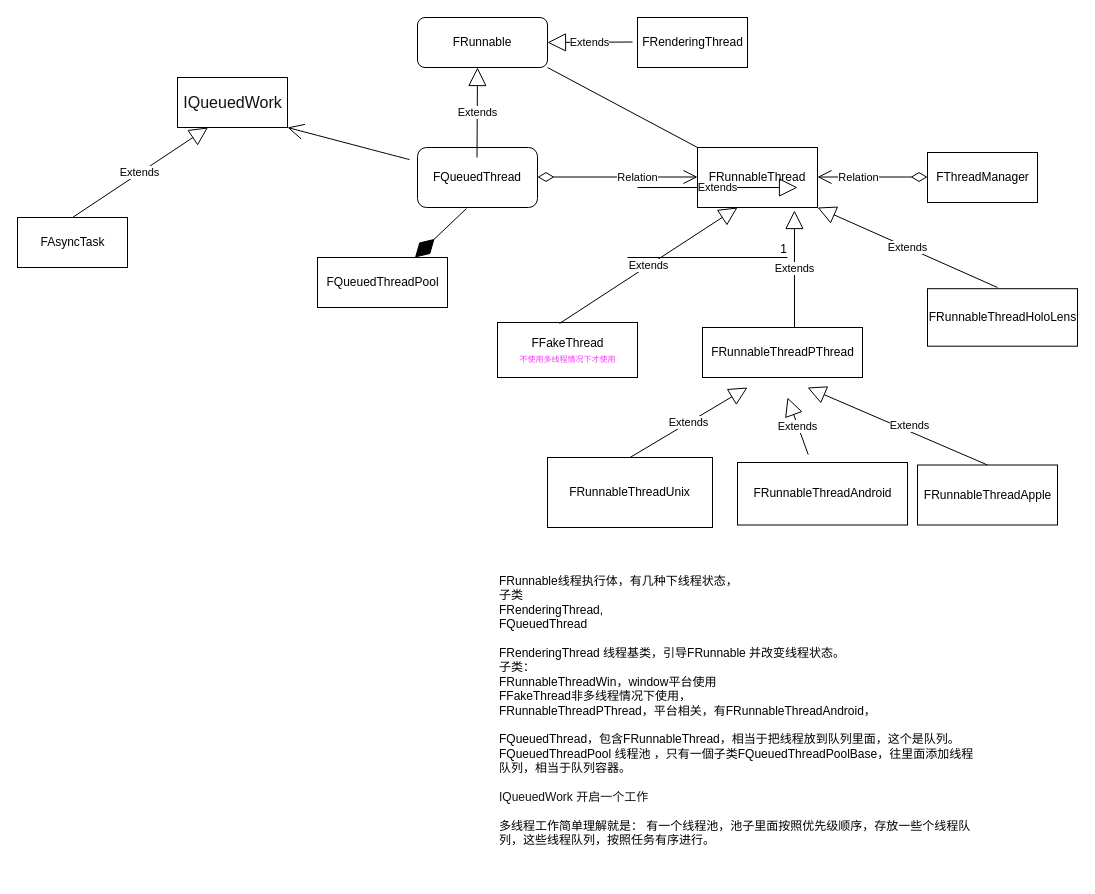
Before: Untitled Diagram.drawio in paridas0813/WebApp, a draw.io diagram. Source tidied: cells renumbered, new cells numbered last; positions are measured from the earlier drawing's top-left corner, leaving out a move shared by most shapes. Both pictures are drawn from the tidied source at 100%, with x=0, y=0 at pixel (17, 17).
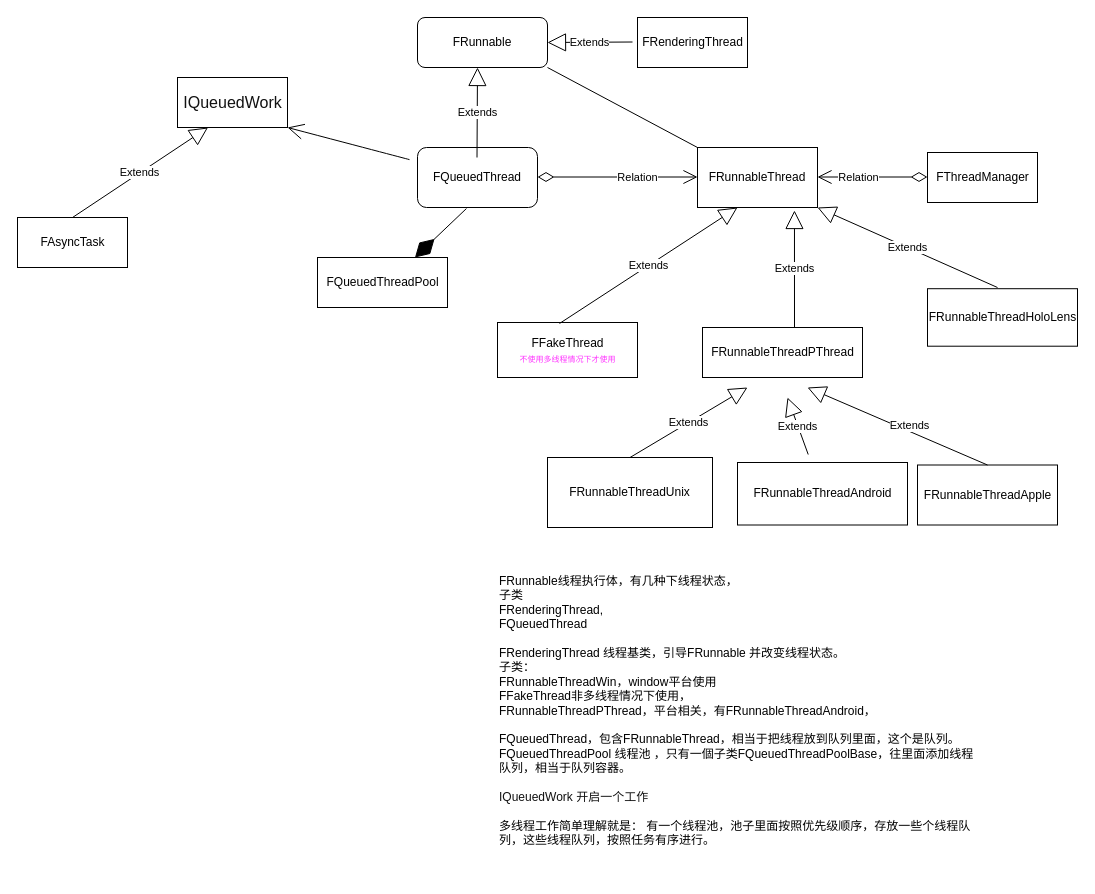
The same page after the edit.

The edit, as a diff of the source:
```diff
@@
-    <mxCell id="29" style="endArrow=none;html=1;rounded=0;startSize=14;endSize=14;sourcePerimeterSpacing=8;targetPerimeterSpacing=8;" parent="1" edge="1">
-      <mxGeometry relative="1" as="geometry">
-        <mxPoint x="610" y="240" as="sourcePoint" />
-        <mxPoint x="770" y="240" as="targetPoint" />
-      </mxGeometry>
-    </mxCell>
-    <mxCell id="30" value="1" style="html=1;align=right;verticalAlign=bottom;" parent="29" vertex="1">
-      <mxGeometry x="1" relative="1" as="geometry" />
-    </mxCell>
-    <mxCell id="31" value="Extends" style="endArrow=block;endSize=16;endFill=0;html=1;sourcePerimeterSpacing=8;targetPerimeterSpacing=8;" parent="1" edge="1">
-      <mxGeometry relative="1" as="geometry">
-        <mxPoint x="620" y="170" as="sourcePoint" />
-        <mxPoint x="780" y="170" as="targetPoint" />
-      </mxGeometry>
-    </mxCell>
```
